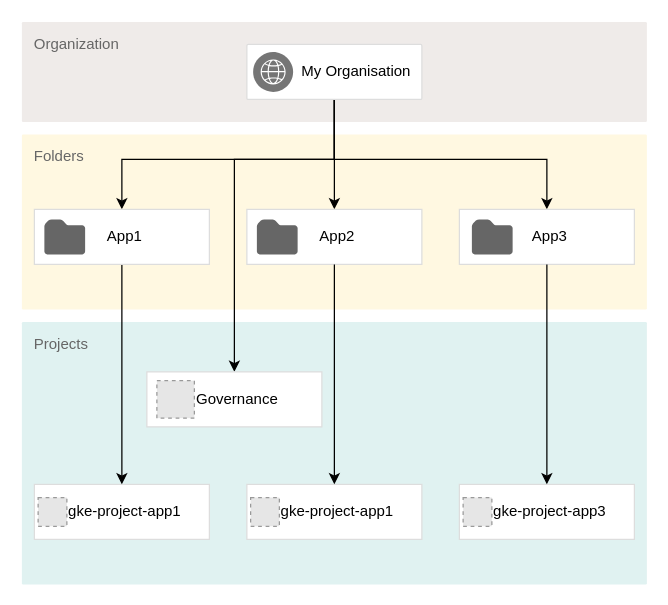
The draw.io diagram diagrams/drawio/GCP Hierarchy.drawio in mharris-t/gcp-gke-project, before the edit. Source tidied: cells renumbered, new cells numbered last; positions are measured from the earlier drawing's top-left corner, leaving out a move shared by most shapes. Both pictures are drawn from the tidied source at 125%, with x=0, y=0 at pixel (21, 21). Pictures stored in the file or linked from it are replaced by grey dashed boxes.
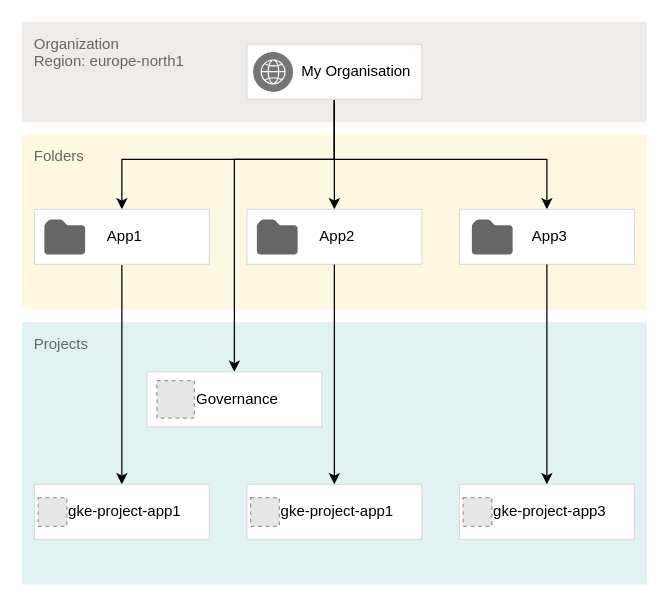
The same page after the edit.

Change to the diagram source:
```diff
@@
-    <mxCell id="3" value="&lt;font color=&quot;#666666&quot;&gt;Organization&lt;/font&gt;" style="sketch=0;rounded=1;absoluteArcSize=1;arcSize=2;html=1;strokeColor=none;gradientColor=none;shadow=0;dashed=0;fontSize=12;fontColor=#9E9E9E;align=left;verticalAlign=top;spacing=10;spacingTop=-4;whiteSpace=wrap;fillColor=#EFEBE9;" parent="1" vertex="1">
+    <mxCell id="3" value="&lt;font color=&quot;#666666&quot;&gt;Organization&lt;/font&gt;&lt;br&gt;&lt;font color=&quot;#666666&quot;&gt;Region: europe-north1&lt;/font&gt;" style="sketch=0;rounded=1;absoluteArcSize=1;arcSize=2;html=1;strokeColor=none;gradientColor=none;shadow=0;dashed=0;fontSize=12;fontColor=#9E9E9E;align=left;verticalAlign=top;spacing=10;spacingTop=-4;whiteSpace=wrap;fillColor=#EFEBE9;" parent="1" vertex="1">
       <mxGeometry width="500" height="80" as="geometry" />
     </mxCell>
```
